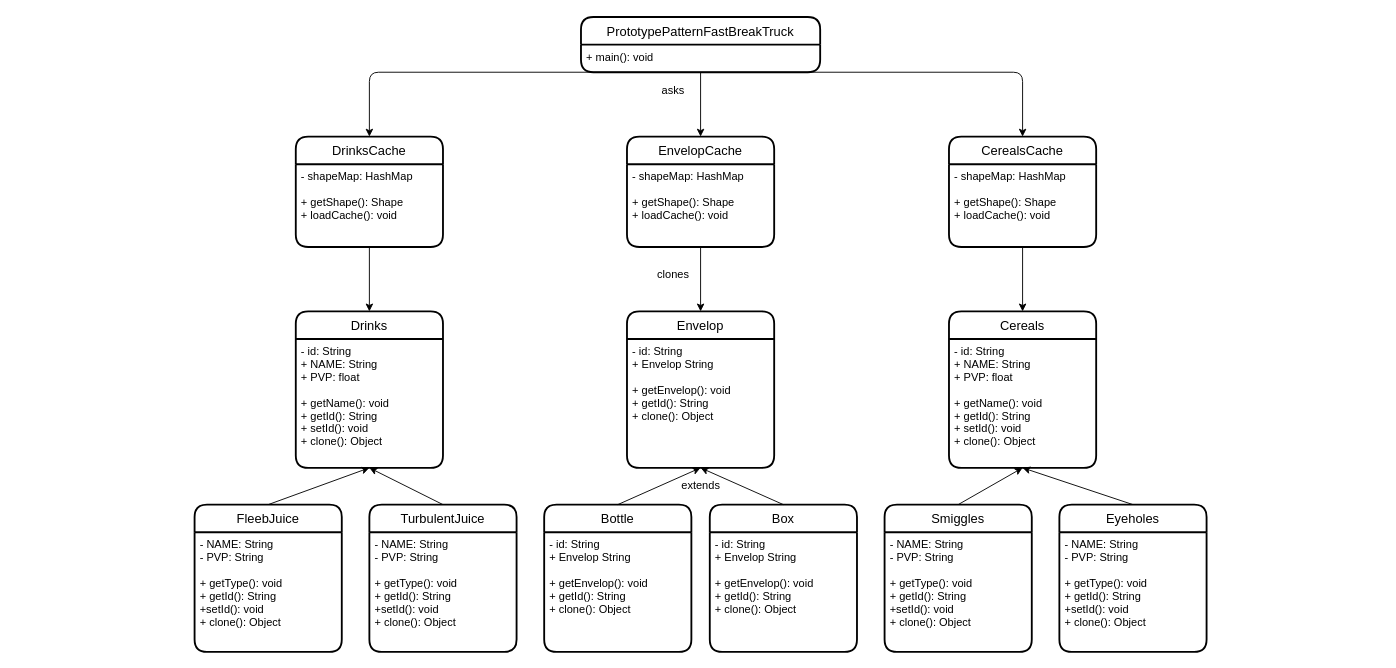
Earlier version of the draw.io diagram fastbreaktruck/doc/fast-break-truck.drawio (pau13-loop/Fast-Break-Truck). Source tidied: cells renumbered, new cells numbered last; positions are measured from the earlier drawing's top-left corner, leaving out a move shared by most shapes. Both pictures are drawn from the tidied source at 92%, with x=0, y=0 at pixel (194, 17).
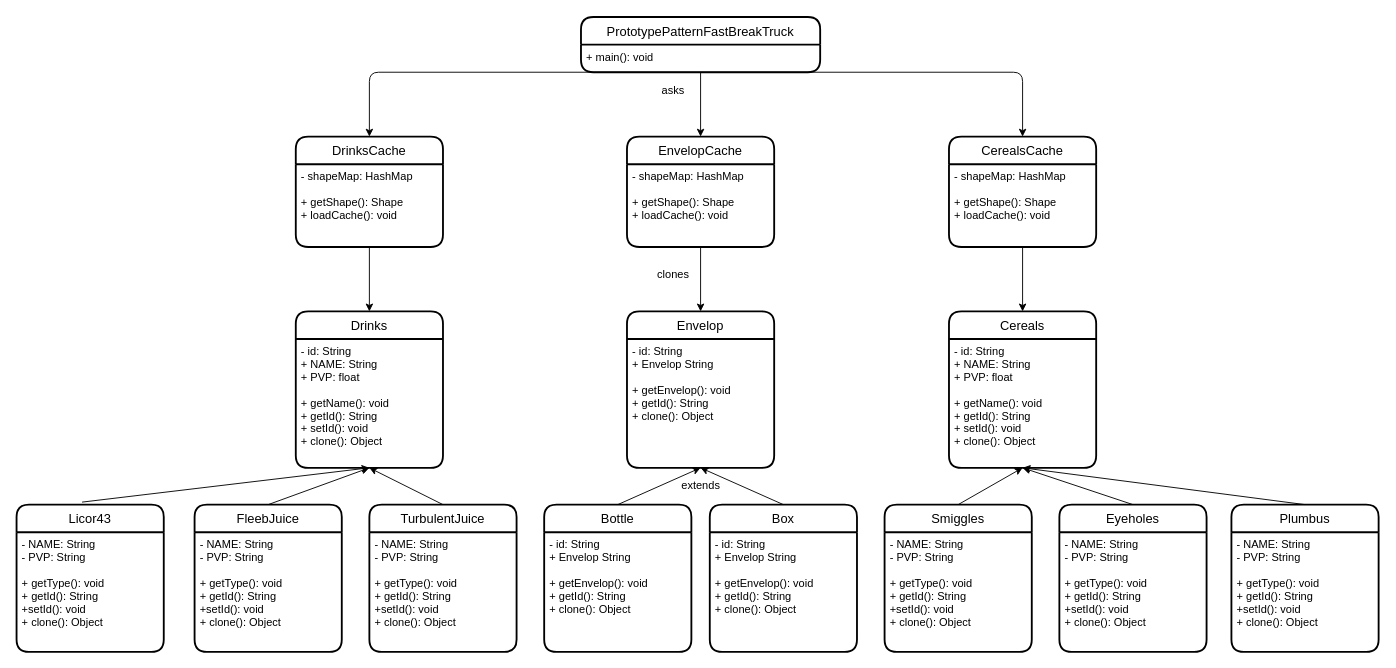
Above is the later version.

Commit message (it also covers changes not shown here):
docs: :memo: Add new implemented classes to UML Diagram

Unchanged cells that the change refers to:
```xml
<mxCell id="15" value="- id: String&#10;+ NAME: String&#10;+ PVP: float&#10;&#10;+ getName(): void&#10;+ getId(): String&#10;+ setId(): void&#10;+ clone(): Object&#10;" style="align=left;strokeColor=none;fillColor=none;spacingLeft=4;fontSize=12;verticalAlign=top;" parent="14" vertex="1">
  <mxGeometry y="30" width="160" height="140" as="geometry" />
</mxCell>
<mxCell id="19" value="- id: String&#10;+ NAME: String&#10;+ PVP: float&#10;&#10;+ getName(): void&#10;+ getId(): String&#10;+ setId(): void&#10;+ clone(): Object&#10;" style="align=left;strokeColor=none;fillColor=none;spacingLeft=4;fontSize=12;verticalAlign=top;" parent="18" vertex="1">
  <mxGeometry y="30" width="160" height="140" as="geometry" />
</mxCell>
```

The edit, as a diff of the source:
```diff
@@
+    <mxCell id="43" value="Plumbus" style="swimlane;horizontal=1;startSize=30;rounded=1;fontSize=14;fontStyle=0;strokeWidth=2;shadow=0;dashed=0;align=center;" parent="1" vertex="1">
+      <mxGeometry x="1127" y="530" width="160" height="160" as="geometry" />
+    </mxCell>
+    <mxCell id="44" value="- NAME: String&#10;- PVP: String&#10;&#10;+ getType(): void&#10;+ getId(): String&#10;+setId(): void&#10;+ clone(): Object" style="align=left;strokeColor=none;fillColor=none;spacingLeft=4;fontSize=12;verticalAlign=top;" parent="43" vertex="1">
+      <mxGeometry y="30" width="160" height="130" as="geometry" />
+    </mxCell>
+    <mxCell id="45" value="Licor43" style="swimlane;horizontal=1;startSize=30;rounded=1;fontSize=14;fontStyle=0;strokeWidth=2;shadow=0;dashed=0;align=center;" parent="1" vertex="1">
+      <mxGeometry x="-193.5" y="530" width="160" height="160" as="geometry" />
+    </mxCell>
+    <mxCell id="46" value="- NAME: String&#10;- PVP: String&#10;&#10;+ getType(): void&#10;+ getId(): String&#10;+setId(): void&#10;+ clone(): Object" style="align=left;strokeColor=none;fillColor=none;spacingLeft=4;fontSize=12;verticalAlign=top;" parent="45" vertex="1">
+      <mxGeometry y="30" width="160" height="130" as="geometry" />
+    </mxCell>
+    <mxCell id="47" style="endArrow=classic;html=1;exitX=0.5;exitY=0;exitDx=0;exitDy=0;entryX=0.5;entryY=1;entryDx=0;entryDy=0;" parent="1" edge="1" source="43" target="19">
+      <mxGeometry relative="1" as="geometry" />
+    </mxCell>
+    <mxCell id="48" style="endArrow=classic;html=1;entryX=0.5;entryY=1;entryDx=0;entryDy=0;exitX=0.445;exitY=-0.017;exitDx=0;exitDy=0;exitPerimeter=0;" parent="1" edge="1" source="45" target="15">
+      <mxGeometry relative="1" as="geometry" />
+    </mxCell>
```
